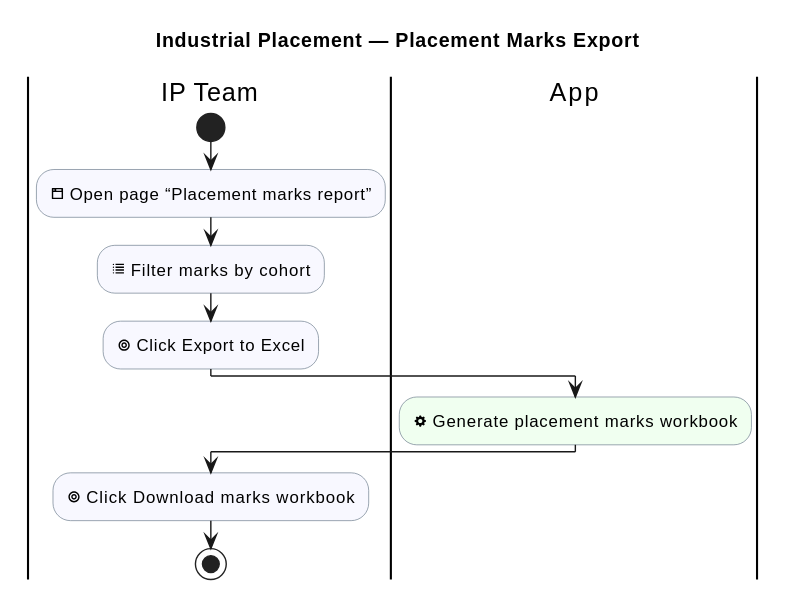
Above: industrial-placement-group-project/diagrams/industrial-placement/placement-marks-export.svg in sdflkjssl/sdflkjssl.github.io (PlantUML), before the change.
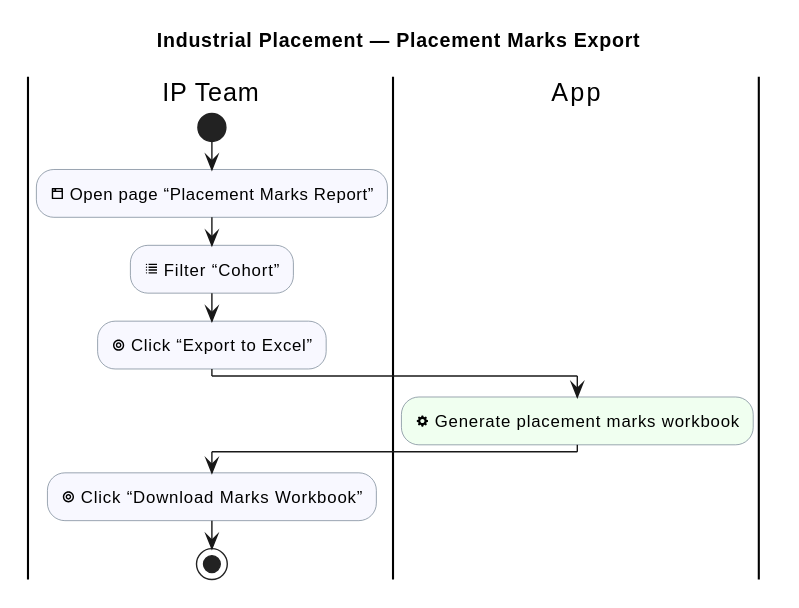
The same file after the commit.

Change to the diagram source:
```diff
@@ -12,12 +12,12 @@
 
 |IP Team|
 start
-:<&browser> Open page “Placement marks report”; <<#GhostWhite>>
-:<&list> Filter marks by cohort; <<#GhostWhite>>
-:<&target> Click Export to Excel; <<#GhostWhite>>
+:<&browser> Open page “Placement Marks Report”; <<#GhostWhite>>
+:<&list> Filter “Cohort”; <<#GhostWhite>>
+:<&target> Click “Export to Excel”; <<#GhostWhite>>
 |App|
 :<&cog> Generate placement marks workbook; <<#HoneyDew>>
 |IP Team|
-:<&target> Click Download marks workbook; <<#GhostWhite>>
+:<&target> Click “Download Marks Workbook”; <<#GhostWhite>>
 stop
 @enduml
```
